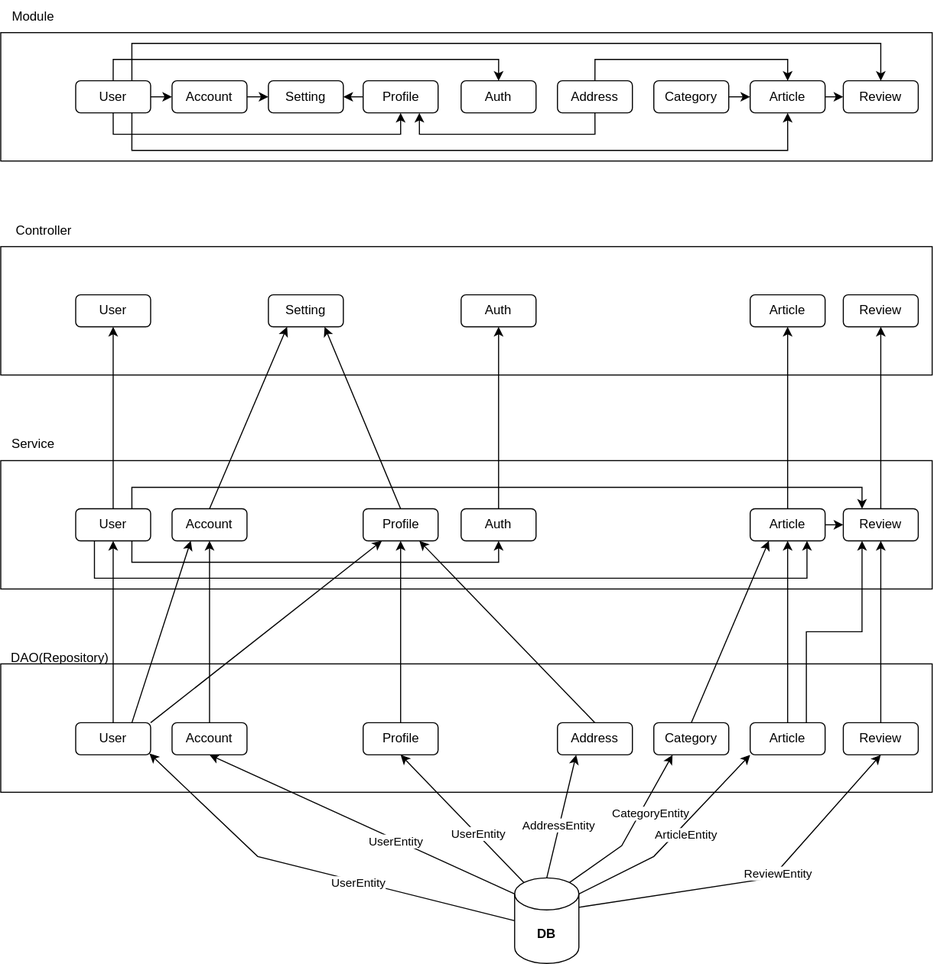
This is docs/uml/design-pattern.drawio.svg from 1Dohyeon/RentEase, a draw.io export, as it was before one commit. Source tidied: cells renumbered, new cells last; positions are measured from the earlier drawing's top-left corner, leaving out a move shared by most shapes.
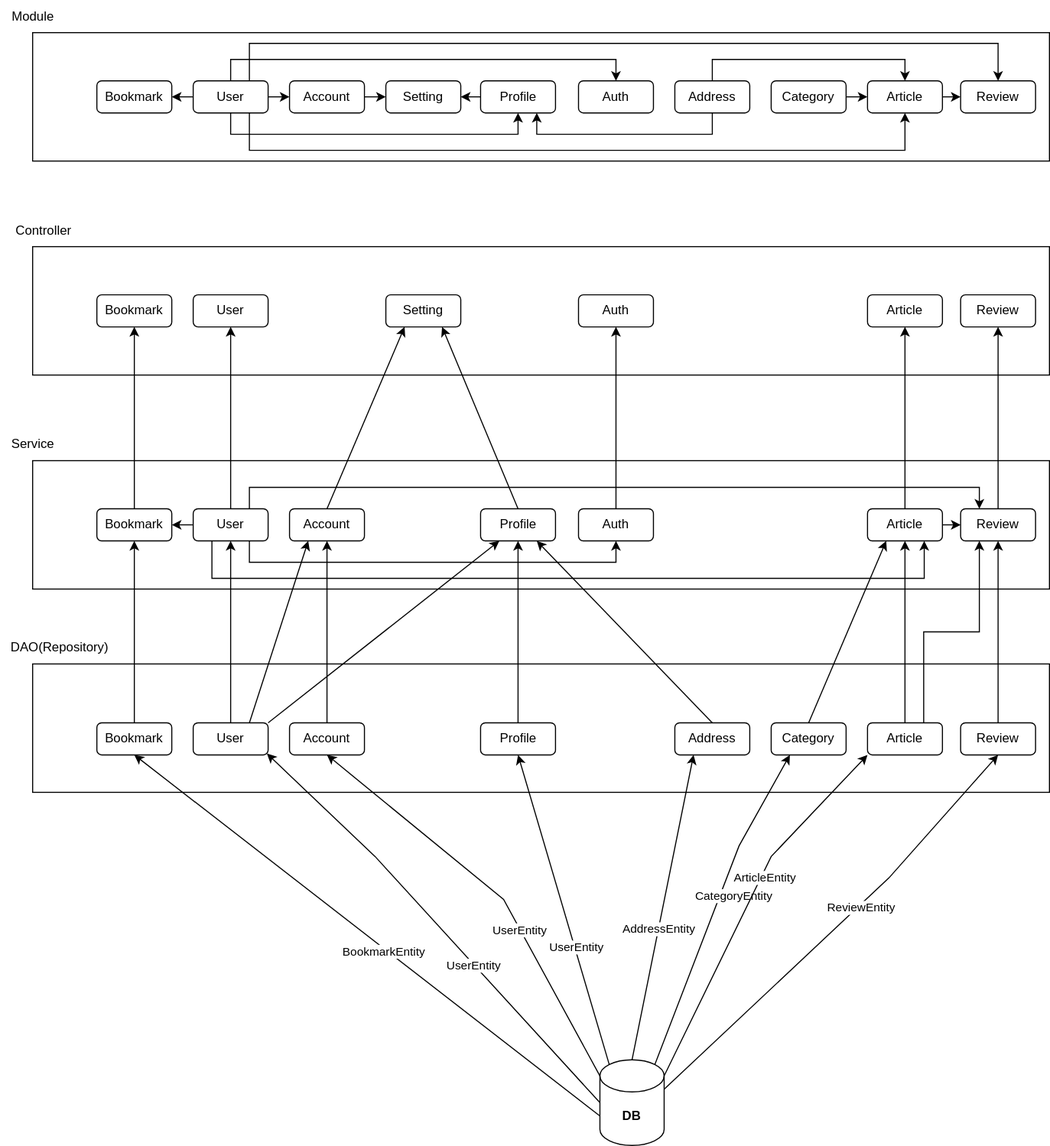
Later version of the same file.

Commit message:
ADD: 북마크 추가

Change to the diagram source:
```diff
@@ -3,25 +3,25 @@
     <mxCell id="0" />
     <mxCell id="1" parent="0" />
     <mxCell id="2" value="&lt;b&gt;DB&lt;/b&gt;" style="shape=cylinder3;whiteSpace=wrap;html=1;boundedLbl=1;backgroundOutline=1;size=15;" parent="1" vertex="1">
-      <mxGeometry x="480" y="820" width="60" height="80" as="geometry" />
+      <mxGeometry x="450" y="990" width="60" height="80" as="geometry" />
     </mxCell>
     <mxCell id="3" style="rounded=0;whiteSpace=wrap;html=1;" parent="1" vertex="1">
-      <mxGeometry y="230" width="870" height="120" as="geometry" />
+      <mxGeometry x="-80" y="230" width="950" height="120" as="geometry" />
     </mxCell>
     <mxCell id="4" style="rounded=0;whiteSpace=wrap;html=1;" parent="1" vertex="1">
-      <mxGeometry y="430" width="870" height="120" as="geometry" />
+      <mxGeometry x="-80" y="430" width="950" height="120" as="geometry" />
     </mxCell>
     <mxCell id="5" style="rounded=0;whiteSpace=wrap;html=1;" parent="1" vertex="1">
-      <mxGeometry y="620" width="870" height="120" as="geometry" />
+      <mxGeometry x="-80" y="620" width="950" height="120" as="geometry" />
     </mxCell>
     <mxCell id="6" value="Controller" style="text;html=1;align=center;verticalAlign=middle;strokeColor=none;fillColor=none;" parent="1" vertex="1">
-      <mxGeometry y="200" width="80" height="30" as="geometry" />
+      <mxGeometry x="-110" y="200" width="80" height="30" as="geometry" />
     </mxCell>
     <mxCell id="7" value="Service" style="text;html=1;align=center;verticalAlign=middle;strokeColor=none;fillColor=none;" parent="1" vertex="1">
-      <mxGeometry y="400" width="60" height="30" as="geometry" />
+      <mxGeometry x="-110" y="400" width="60" height="30" as="geometry" />
     </mxCell>
     <mxCell id="8" value="DAO(Repository)" style="text;html=1;align=center;verticalAlign=middle;strokeColor=none;fillColor=none;" parent="1" vertex="1">
-      <mxGeometry y="600" width="110" height="30" as="geometry" />
+      <mxGeometry x="-110" y="590" width="110" height="30" as="geometry" />
     </mxCell>
     <mxCell id="9" value="User" style="rounded=1;whiteSpace=wrap;html=1;" parent="1" vertex="1">
       <mxGeometry x="70" y="275" width="70" height="30" as="geometry" />
@@ -44,14 +44,17 @@
     <mxCell id="13" style="edgeStyle=orthogonalEdgeStyle;rounded=0;jettySize=auto;html=1;exitX=0.75;exitY=0;exitDx=0;exitDy=0;entryX=0.25;entryY=0;entryDx=0;entryDy=0;" parent="1" edge="1" source="14" target="78">
       <mxGeometry relative="1" as="geometry" />
     </mxCell>
+    <mxCell id="83" style="edgeStyle=orthogonalEdgeStyle;rounded=0;jettySize=auto;html=1;exitX=0;exitY=0.5;exitDx=0;exitDy=0;entryX=1;entryY=0.5;entryDx=0;entryDy=0;" parent="1" edge="1" source="14" target="88">
+      <mxGeometry relative="1" as="geometry" />
+    </mxCell>
     <mxCell id="14" value="User" style="rounded=1;whiteSpace=wrap;html=1;" parent="1" vertex="1">
       <mxGeometry x="70" y="475" width="70" height="30" as="geometry" />
     </mxCell>
     <mxCell id="15" style="rounded=0;whiteSpace=wrap;html=1;" parent="1" vertex="1">
-      <mxGeometry y="30" width="870" height="120" as="geometry" />
+      <mxGeometry x="-80" y="30" width="950" height="120" as="geometry" />
     </mxCell>
     <mxCell id="16" value="Module" style="text;html=1;align=center;verticalAlign=middle;strokeColor=none;fillColor=none;" parent="1" vertex="1">
-      <mxGeometry width="60" height="30" as="geometry" />
+      <mxGeometry x="-110" width="60" height="30" as="geometry" />
     </mxCell>
     <mxCell id="17" style="edgeStyle=orthogonalEdgeStyle;rounded=0;jettySize=auto;html=1;exitX=1;exitY=0.5;exitDx=0;exitDy=0;entryX=0;entryY=0.5;entryDx=0;entryDy=0;" parent="1" edge="1" source="22" target="30">
       <mxGeometry relative="1" as="geometry" />
@@ -78,6 +81,9 @@
         </Array>
       </mxGeometry>
     </mxCell>
+    <mxCell id="84" style="edgeStyle=orthogonalEdgeStyle;rounded=0;jettySize=auto;html=1;exitX=0;exitY=0.5;exitDx=0;exitDy=0;entryX=1;entryY=0.5;entryDx=0;entryDy=0;" parent="1" edge="1" source="22" target="85">
+      <mxGeometry relative="1" as="geometry" />
+    </mxCell>
     <mxCell id="22" value="User" style="rounded=1;whiteSpace=wrap;html=1;" parent="1" vertex="1">
       <mxGeometry x="70" y="75" width="70" height="30" as="geometry" />
     </mxCell>
@@ -170,7 +176,11 @@
       <mxGeometry x="520" y="675" width="70" height="30" as="geometry" />
     </mxCell>
     <mxCell id="51" style="rounded=0;jettySize=auto;html=1;exitX=0;exitY=0;exitDx=0;exitDy=15;exitPerimeter=0;entryX=0.5;entryY=1;entryDx=0;entryDy=0;" parent="1" edge="1" source="2" target="46">
-      <mxGeometry relative="1" as="geometry" />
+      <mxGeometry relative="1" as="geometry">
+        <Array as="points">
+          <mxPoint x="360" y="840" />
+        </Array>
+      </mxGeometry>
     </mxCell>
     <mxCell id="52" value="UserEntity" style="edgeLabel;html=1;align=center;verticalAlign=middle;" parent="51" vertex="1">
       <mxGeometry x="-0.22" y="1" relative="1" as="geometry" />
@@ -281,5 +291,29 @@
     <mxCell id="82" value="ReviewEntity" style="edgeLabel;html=1;align=center;verticalAlign=middle;" parent="81" vertex="1">
       <mxGeometry x="0.13" y="-1" relative="1" as="geometry" />
     </mxCell>
+    <mxCell id="85" value="Bookmark" style="rounded=1;whiteSpace=wrap;html=1;" parent="1" vertex="1">
+      <mxGeometry x="-20" y="75" width="70" height="30" as="geometry" />
+    </mxCell>
+    <mxCell id="86" value="Bookmark" style="rounded=1;whiteSpace=wrap;html=1;" parent="1" vertex="1">
+      <mxGeometry x="-20" y="275" width="70" height="30" as="geometry" />
+    </mxCell>
+    <mxCell id="87" style="edgeStyle=orthogonalEdgeStyle;rounded=0;jettySize=auto;html=1;exitX=0.5;exitY=0;exitDx=0;exitDy=0;entryX=0.5;entryY=1;entryDx=0;entryDy=0;" parent="1" edge="1" source="88" target="86">
+      <mxGeometry relative="1" as="geometry" />
+    </mxCell>
+    <mxCell id="88" value="Bookmark" style="rounded=1;whiteSpace=wrap;html=1;" parent="1" vertex="1">
+      <mxGeometry x="-20" y="475" width="70" height="30" as="geometry" />
+    </mxCell>
+    <mxCell id="89" style="edgeStyle=orthogonalEdgeStyle;rounded=0;jettySize=auto;html=1;exitX=0.5;exitY=0;exitDx=0;exitDy=0;entryX=0.5;entryY=1;entryDx=0;entryDy=0;" parent="1" edge="1" source="90" target="88">
+      <mxGeometry relative="1" as="geometry" />
+    </mxCell>
+    <mxCell id="90" value="Bookmark" style="rounded=1;whiteSpace=wrap;html=1;" parent="1" vertex="1">
+      <mxGeometry x="-20" y="675" width="70" height="30" as="geometry" />
+    </mxCell>
+    <mxCell id="91" style="rounded=0;jettySize=auto;html=1;exitX=0;exitY=0;exitDx=0;exitDy=52.5;exitPerimeter=0;entryX=0.5;entryY=1;entryDx=0;entryDy=0;" parent="1" edge="1" source="2" target="90">
+      <mxGeometry relative="1" as="geometry" />
+    </mxCell>
+    <mxCell id="92" value="BookmarkEntity" style="edgeLabel;html=1;align=center;verticalAlign=middle;" parent="91" vertex="1">
+      <mxGeometry x="-0.07" y="2" relative="1" as="geometry" />
+    </mxCell>
   </root>
 </mxGraphModel>
```
